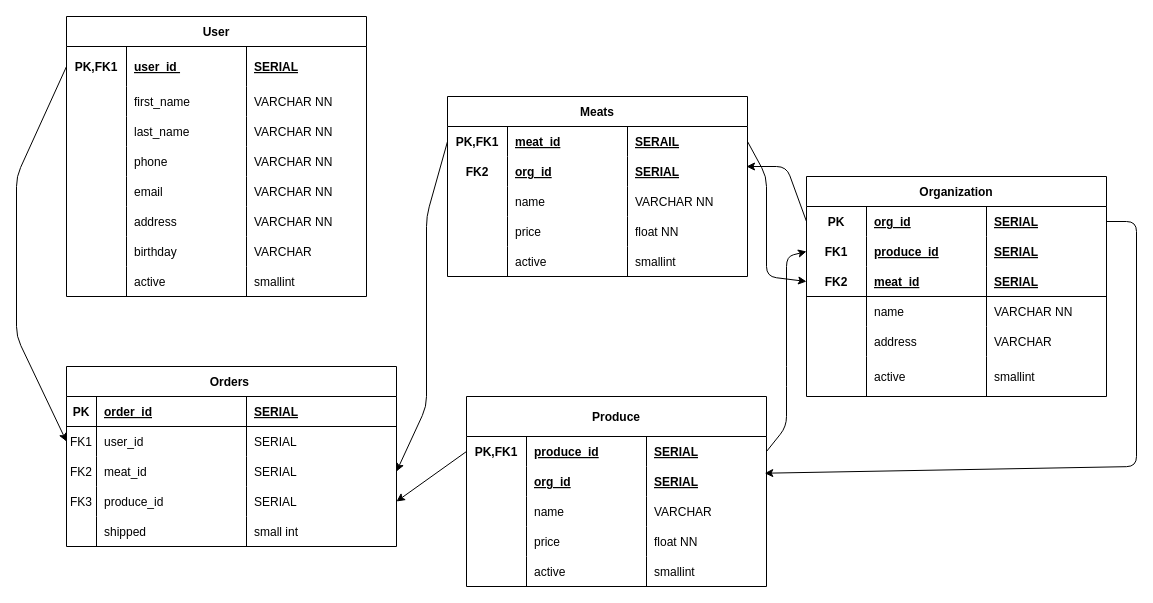
This is erd.drawio from mitchell-devpipline/BEcapstone, a draw.io file, before an edit. Source tidied: cells renumbered, new cells numbered last; positions are measured from the earlier drawing's top-left corner, leaving out a move shared by most shapes. Both pictures are drawn from the tidied source at 100%, with x=0, y=0 at pixel (16, 16).
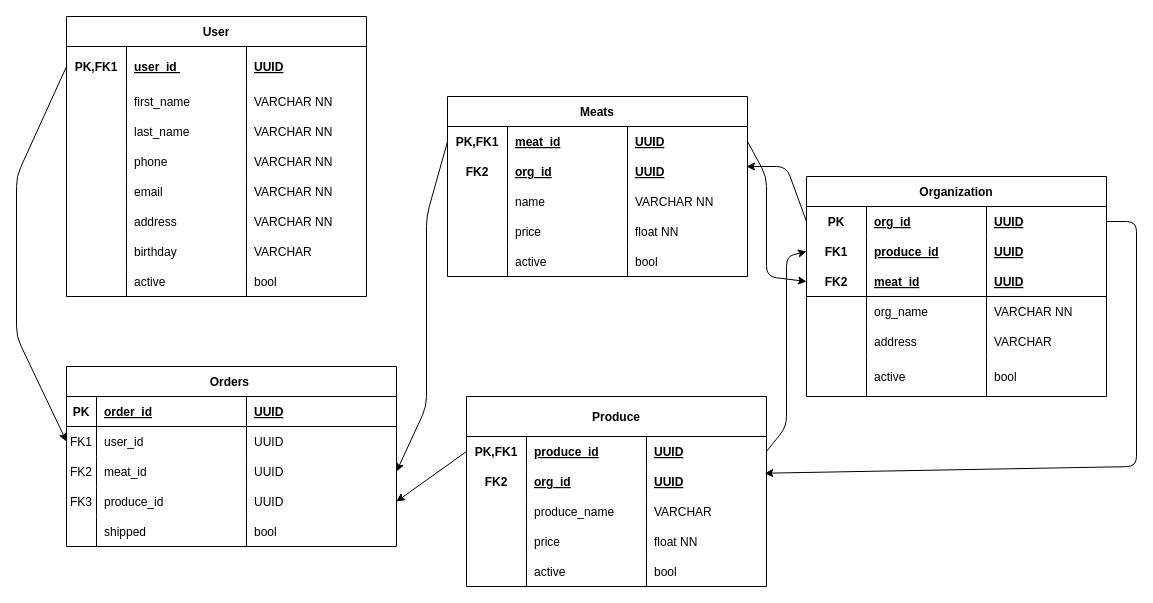
After the change.

The change refers to these unchanged cells:
```xml
<mxCell id="3" style="shape=tableRow;horizontal=0;startSize=0;swimlaneHead=0;swimlaneBody=0;fillColor=none;points=[[0,0.5],[1,0.5]];portConstraint=eastwest;top=0;left=0;right=0;bottom=0;" parent="2" vertex="1">
  <mxGeometry y="30" width="300" height="40" as="geometry" />
</mxCell>
<mxCell id="31" style="shape=tableRow;horizontal=0;startSize=0;swimlaneHead=0;swimlaneBody=0;fillColor=none;top=0;left=0;right=0;bottom=0;" parent="2" vertex="1">
  <mxGeometry y="250" width="300" height="30" as="geometry" />
</mxCell>
<mxCell id="36" style="shape=tableRow;horizontal=0;startSize=0;swimlaneHead=0;swimlaneBody=0;fillColor=none;points=[[0,0.5],[1,0.5]];portConstraint=eastwest;top=0;left=0;right=0;bottom=0;" parent="35" vertex="1">
  <mxGeometry y="40" width="300" height="30" as="geometry" />
</mxCell>
<mxCell id="40" style="shape=tableRow;horizontal=0;startSize=0;swimlaneHead=0;swimlaneBody=0;fillColor=none;points=[[0,0.5],[1,0.5]];portConstraint=eastwest;top=0;left=0;right=0;bottom=0;" parent="35" vertex="1">
  <mxGeometry y="70" width="300" height="30" as="geometry" />
</mxCell>
<mxCell id="44" style="shape=tableRow;horizontal=0;startSize=0;swimlaneHead=0;swimlaneBody=0;fillColor=none;top=0;left=0;right=0;bottom=0;" parent="35" vertex="1">
  <mxGeometry y="100" width="300" height="30" as="geometry" />
</mxCell>
<mxCell id="52" style="shape=tableRow;horizontal=0;startSize=0;swimlaneHead=0;swimlaneBody=0;fillColor=none;top=0;left=0;right=0;bottom=0;" parent="35" vertex="1">
  <mxGeometry y="160" width="300" height="30" as="geometry" />
</mxCell>
<mxCell id="57" style="shape=tableRow;horizontal=0;startSize=0;swimlaneHead=0;swimlaneBody=0;fillColor=none;points=[[0,0.5],[1,0.5]];portConstraint=eastwest;top=0;left=0;right=0;bottom=0;" parent="56" vertex="1">
  <mxGeometry y="30" width="300" height="30" as="geometry" />
</mxCell>
<mxCell id="61" style="shape=tableRow;horizontal=0;startSize=0;swimlaneHead=0;swimlaneBody=0;fillColor=none;points=[[0,0.5],[1,0.5]];portConstraint=eastwest;top=0;left=0;right=0;bottom=0;" parent="56" vertex="1">
  <mxGeometry y="60" width="300" height="30" as="geometry" />
</mxCell>
<mxCell id="65" style="shape=tableRow;horizontal=0;startSize=0;swimlaneHead=0;swimlaneBody=0;fillColor=none;points=[[0,0.5],[1,0.5]];portConstraint=eastwest;top=0;left=0;right=0;bottom=1;" parent="56" vertex="1">
  <mxGeometry y="90" width="300" height="30" as="geometry" />
</mxCell>
<mxCell id="69" style="shape=tableRow;horizontal=0;startSize=0;swimlaneHead=0;swimlaneBody=0;fillColor=none;top=0;left=0;right=0;bottom=0;" parent="56" vertex="1">
  <mxGeometry y="120" width="300" height="30" as="geometry" />
</mxCell>
<mxCell id="77" style="shape=tableRow;horizontal=0;startSize=0;swimlaneHead=0;swimlaneBody=0;fillColor=none;top=0;left=0;right=0;bottom=0;" parent="56" vertex="1">
  <mxGeometry y="180" width="300" height="40" as="geometry" />
</mxCell>
<mxCell id="82" style="shape=tableRow;horizontal=0;startSize=0;swimlaneHead=0;swimlaneBody=0;fillColor=none;points=[[0,0.5],[1,0.5]];portConstraint=eastwest;top=0;left=0;right=0;bottom=0;" parent="81" vertex="1">
  <mxGeometry y="30" width="300" height="30" as="geometry" />
</mxCell>
<mxCell id="86" style="shape=tableRow;horizontal=0;startSize=0;swimlaneHead=0;swimlaneBody=0;fillColor=none;top=0;left=0;right=0;bottom=0;" parent="81" vertex="1">
  <mxGeometry y="60" width="300" height="30" as="geometry" />
</mxCell>
<mxCell id="98" style="shape=tableRow;horizontal=0;startSize=0;swimlaneHead=0;swimlaneBody=0;fillColor=none;top=0;left=0;right=0;bottom=0;" parent="81" vertex="1">
  <mxGeometry y="150" width="300" height="30" as="geometry" />
</mxCell>
<mxCell id="106" style="shape=tableRow;horizontal=0;startSize=0;swimlaneHead=0;swimlaneBody=0;fillColor=none;top=0;left=0;right=0;bottom=1;" parent="105" vertex="1">
  <mxGeometry y="30" width="330" height="30" as="geometry" />
</mxCell>
<mxCell id="110" style="shape=tableRow;horizontal=0;startSize=0;swimlaneHead=0;swimlaneBody=0;fillColor=none;points=[[0,0.5],[1,0.5]];portConstraint=eastwest;top=0;left=0;right=0;bottom=0;" parent="105" vertex="1">
  <mxGeometry y="60" width="330" height="30" as="geometry" />
</mxCell>
<mxCell id="114" style="shape=tableRow;horizontal=0;startSize=0;swimlaneHead=0;swimlaneBody=0;fillColor=none;points=[[0,0.5],[1,0.5]];portConstraint=eastwest;top=0;left=0;right=0;bottom=0;" parent="105" vertex="1">
  <mxGeometry y="90" width="330" height="30" as="geometry" />
</mxCell>
<mxCell id="118" style="shape=tableRow;horizontal=0;startSize=0;swimlaneHead=0;swimlaneBody=0;fillColor=none;points=[[0,0.5],[1,0.5]];portConstraint=eastwest;top=0;left=0;right=0;bottom=0;" parent="105" vertex="1">
  <mxGeometry y="120" width="330" height="30" as="geometry" />
</mxCell>
<mxCell id="122" style="shape=tableRow;horizontal=0;startSize=0;swimlaneHead=0;swimlaneBody=0;fillColor=none;top=0;left=0;right=0;bottom=0;" parent="105" vertex="1">
  <mxGeometry y="150" width="330" height="30" as="geometry" />
</mxCell>
```

What changed in the source:
```diff
@@
-    <mxCell id="6" value="SERIAL" style="shape=partialRectangle;fillColor=none;top=0;left=0;bottom=0;right=0;align=left;spacingLeft=6;fontStyle=5;overflow=hidden;" parent="3" vertex="1">
+    <mxCell id="6" value="UUID" style="shape=partialRectangle;fillColor=none;top=0;left=0;bottom=0;right=0;align=left;spacingLeft=6;fontStyle=5;overflow=hidden;" parent="3" vertex="1">
       <mxGeometry x="180" width="120" height="40" as="geometry" />
     </mxCell>
@@
-    <mxCell id="34" value="smallint" style="shape=partialRectangle;fillColor=none;top=0;left=0;bottom=0;right=0;align=left;spacingLeft=6;overflow=hidden;" parent="31" vertex="1">
+    <mxCell id="34" value="bool" style="shape=partialRectangle;fillColor=none;top=0;left=0;bottom=0;right=0;align=left;spacingLeft=6;overflow=hidden;" parent="31" vertex="1">
       <mxGeometry x="180" width="120" height="30" as="geometry" />
     </mxCell>
@@
-    <mxCell id="39" value="SERIAL" style="shape=partialRectangle;fillColor=none;top=0;left=0;bottom=0;right=0;align=left;spacingLeft=6;fontStyle=5;overflow=hidden;" parent="36" vertex="1">
+    <mxCell id="39" value="UUID" style="shape=partialRectangle;fillColor=none;top=0;left=0;bottom=0;right=0;align=left;spacingLeft=6;fontStyle=5;overflow=hidden;" parent="36" vertex="1">
       <mxGeometry x="180" width="120" height="30" as="geometry" />
     </mxCell>
@@
-    <mxCell id="41" style="shape=partialRectangle;fillColor=none;top=0;left=0;bottom=0;right=0;fontStyle=1;overflow=hidden;" parent="40" vertex="1">
+    <mxCell id="41" value="FK2" style="shape=partialRectangle;fillColor=none;top=0;left=0;bottom=0;right=0;fontStyle=1;overflow=hidden;" parent="40" vertex="1">
       <mxGeometry width="60" height="30" as="geometry" />
     </mxCell>
@@
-    <mxCell id="43" value="SERIAL" style="shape=partialRectangle;fillColor=none;top=0;left=0;bottom=0;right=0;align=left;spacingLeft=6;fontStyle=5;overflow=hidden;" parent="40" vertex="1">
+    <mxCell id="43" value="UUID" style="shape=partialRectangle;fillColor=none;top=0;left=0;bottom=0;right=0;align=left;spacingLeft=6;fontStyle=5;overflow=hidden;" parent="40" vertex="1">
       <mxGeometry x="180" width="120" height="30" as="geometry" />
     </mxCell>
@@
-    <mxCell id="46" value="name" style="shape=partialRectangle;fillColor=none;top=0;left=0;bottom=0;right=0;align=left;spacingLeft=6;overflow=hidden;" parent="44" vertex="1">
+    <mxCell id="46" value="produce_name" style="shape=partialRectangle;fillColor=none;top=0;left=0;bottom=0;right=0;align=left;spacingLeft=6;overflow=hidden;" parent="44" vertex="1">
       <mxGeometry x="60" width="120" height="30" as="geometry" />
     </mxCell>
@@
-    <mxCell id="55" value="smallint" style="shape=partialRectangle;fillColor=none;top=0;left=0;bottom=0;right=0;align=left;spacingLeft=6;overflow=hidden;" parent="52" vertex="1">
+    <mxCell id="55" value="bool" style="shape=partialRectangle;fillColor=none;top=0;left=0;bottom=0;right=0;align=left;spacingLeft=6;overflow=hidden;" parent="52" vertex="1">
       <mxGeometry x="180" width="120" height="30" as="geometry" />
     </mxCell>
@@
-    <mxCell id="60" value="SERIAL" style="shape=partialRectangle;fillColor=none;top=0;left=0;bottom=0;right=0;align=left;spacingLeft=6;fontStyle=5;overflow=hidden;" parent="57" vertex="1">
+    <mxCell id="60" value="UUID" style="shape=partialRectangle;fillColor=none;top=0;left=0;bottom=0;right=0;align=left;spacingLeft=6;fontStyle=5;overflow=hidden;" parent="57" vertex="1">
       <mxGeometry x="180" width="120" height="30" as="geometry" />
     </mxCell>
@@
-    <mxCell id="64" value="SERIAL" style="shape=partialRectangle;fillColor=none;top=0;left=0;bottom=0;right=0;align=left;spacingLeft=6;fontStyle=5;overflow=hidden;" parent="61" vertex="1">
+    <mxCell id="64" value="UUID" style="shape=partialRectangle;fillColor=none;top=0;left=0;bottom=0;right=0;align=left;spacingLeft=6;fontStyle=5;overflow=hidden;" parent="61" vertex="1">
       <mxGeometry x="180" width="120" height="30" as="geometry" />
     </mxCell>
@@
-    <mxCell id="68" value="SERIAL" style="shape=partialRectangle;fillColor=none;top=0;left=0;bottom=0;right=0;align=left;spacingLeft=6;fontStyle=5;overflow=hidden;" parent="65" vertex="1">
+    <mxCell id="68" value="UUID" style="shape=partialRectangle;fillColor=none;top=0;left=0;bottom=0;right=0;align=left;spacingLeft=6;fontStyle=5;overflow=hidden;" parent="65" vertex="1">
       <mxGeometry x="180" width="120" height="30" as="geometry" />
     </mxCell>
@@
-    <mxCell id="71" value="name" style="shape=partialRectangle;fillColor=none;top=0;left=0;bottom=0;right=0;align=left;spacingLeft=6;overflow=hidden;" parent="69" vertex="1">
+    <mxCell id="71" value="org_name" style="shape=partialRectangle;fillColor=none;top=0;left=0;bottom=0;right=0;align=left;spacingLeft=6;overflow=hidden;" parent="69" vertex="1">
       <mxGeometry x="60" width="120" height="30" as="geometry" />
     </mxCell>
@@
-    <mxCell id="80" value="smallint" style="shape=partialRectangle;fillColor=none;top=0;left=0;bottom=0;right=0;align=left;spacingLeft=6;overflow=hidden;" parent="77" vertex="1">
+    <mxCell id="80" value="bool" style="shape=partialRectangle;fillColor=none;top=0;left=0;bottom=0;right=0;align=left;spacingLeft=6;overflow=hidden;" parent="77" vertex="1">
       <mxGeometry x="180" width="120" height="40" as="geometry" />
     </mxCell>
@@
-    <mxCell id="85" value="SERAIL" style="shape=partialRectangle;fillColor=none;top=0;left=0;bottom=0;right=0;align=left;spacingLeft=6;fontStyle=5;overflow=hidden;" parent="82" vertex="1">
+    <mxCell id="85" value="UUID" style="shape=partialRectangle;fillColor=none;top=0;left=0;bottom=0;right=0;align=left;spacingLeft=6;fontStyle=5;overflow=hidden;" parent="82" vertex="1">
       <mxGeometry x="180" width="120" height="30" as="geometry" />
     </mxCell>
@@
-    <mxCell id="89" value="SERIAL" style="shape=partialRectangle;fillColor=none;top=0;left=0;bottom=0;right=0;align=left;spacingLeft=6;fontStyle=5;overflow=hidden;" parent="86" vertex="1">
+    <mxCell id="89" value="UUID" style="shape=partialRectangle;fillColor=none;top=0;left=0;bottom=0;right=0;align=left;spacingLeft=6;fontStyle=5;overflow=hidden;" parent="86" vertex="1">
       <mxGeometry x="180" width="120" height="30" as="geometry" />
     </mxCell>
@@
-    <mxCell id="101" value="smallint" style="shape=partialRectangle;fillColor=none;top=0;left=0;bottom=0;right=0;align=left;spacingLeft=6;overflow=hidden;" parent="98" vertex="1">
+    <mxCell id="101" value="bool" style="shape=partialRectangle;fillColor=none;top=0;left=0;bottom=0;right=0;align=left;spacingLeft=6;overflow=hidden;" parent="98" vertex="1">
       <mxGeometry x="180" width="120" height="30" as="geometry" />
     </mxCell>
@@
-    <mxCell id="109" value="SERIAL" style="shape=partialRectangle;fillColor=none;top=0;left=0;bottom=0;right=0;align=left;spacingLeft=6;fontStyle=5;overflow=hidden;" parent="106" vertex="1">
+    <mxCell id="109" value="UUID" style="shape=partialRectangle;fillColor=none;top=0;left=0;bottom=0;right=0;align=left;spacingLeft=6;fontStyle=5;overflow=hidden;" parent="106" vertex="1">
       <mxGeometry x="180" width="150" height="30" as="geometry" />
     </mxCell>
@@
-    <mxCell id="113" value="SERIAL" style="shape=partialRectangle;fillColor=none;top=0;left=0;bottom=0;right=0;align=left;spacingLeft=6;overflow=hidden;" parent="110" vertex="1">
+    <mxCell id="113" value="UUID" style="shape=partialRectangle;fillColor=none;top=0;left=0;bottom=0;right=0;align=left;spacingLeft=6;overflow=hidden;" parent="110" vertex="1">
       <mxGeometry x="180" width="150" height="30" as="geometry" />
     </mxCell>
@@
-    <mxCell id="117" value="SERIAL" style="shape=partialRectangle;fillColor=none;top=0;left=0;bottom=0;right=0;align=left;spacingLeft=6;overflow=hidden;" parent="114" vertex="1">
+    <mxCell id="117" value="UUID" style="shape=partialRectangle;fillColor=none;top=0;left=0;bottom=0;right=0;align=left;spacingLeft=6;overflow=hidden;" parent="114" vertex="1">
       <mxGeometry x="180" width="150" height="30" as="geometry" />
     </mxCell>
@@
-    <mxCell id="121" value="SERIAL" style="shape=partialRectangle;fillColor=none;top=0;left=0;bottom=0;right=0;align=left;spacingLeft=6;overflow=hidden;" parent="118" vertex="1">
+    <mxCell id="121" value="UUID" style="shape=partialRectangle;fillColor=none;top=0;left=0;bottom=0;right=0;align=left;spacingLeft=6;overflow=hidden;" parent="118" vertex="1">
       <mxGeometry x="180" width="150" height="30" as="geometry" />
     </mxCell>
@@
-    <mxCell id="125" value="small int" style="shape=partialRectangle;fillColor=none;top=0;left=0;bottom=0;right=0;align=left;spacingLeft=6;overflow=hidden;" parent="122" vertex="1">
+    <mxCell id="125" value="bool" style="shape=partialRectangle;fillColor=none;top=0;left=0;bottom=0;right=0;align=left;spacingLeft=6;overflow=hidden;" parent="122" vertex="1">
       <mxGeometry x="180" width="150" height="30" as="geometry" />
     </mxCell>
```
